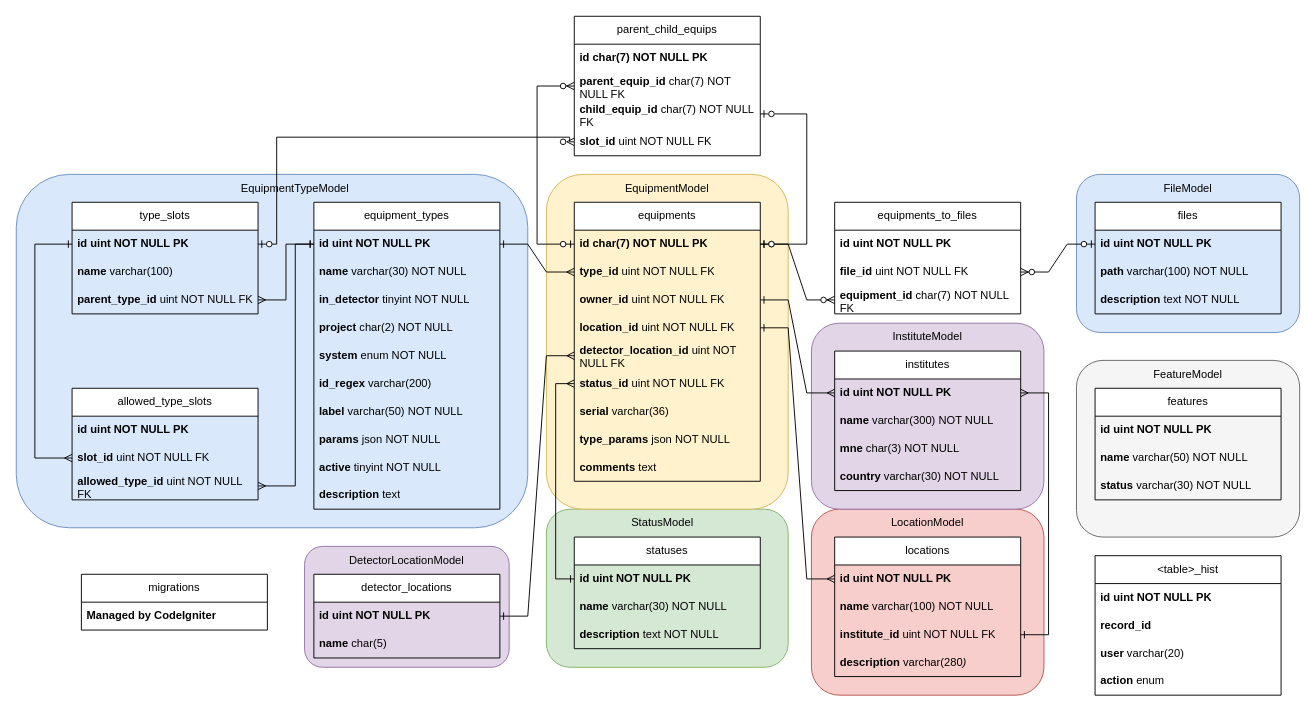
The draw.io diagram diagrams/db_erd.drawio in gustavolibotte/tilecal-db, before the edit. Source tidied: cells renumbered, new cells numbered last; positions are measured from the earlier drawing's top-left corner, leaving out a move shared by most shapes. Both pictures are drawn from the tidied source at 93%, with x=0, y=0 at pixel (16, 16).
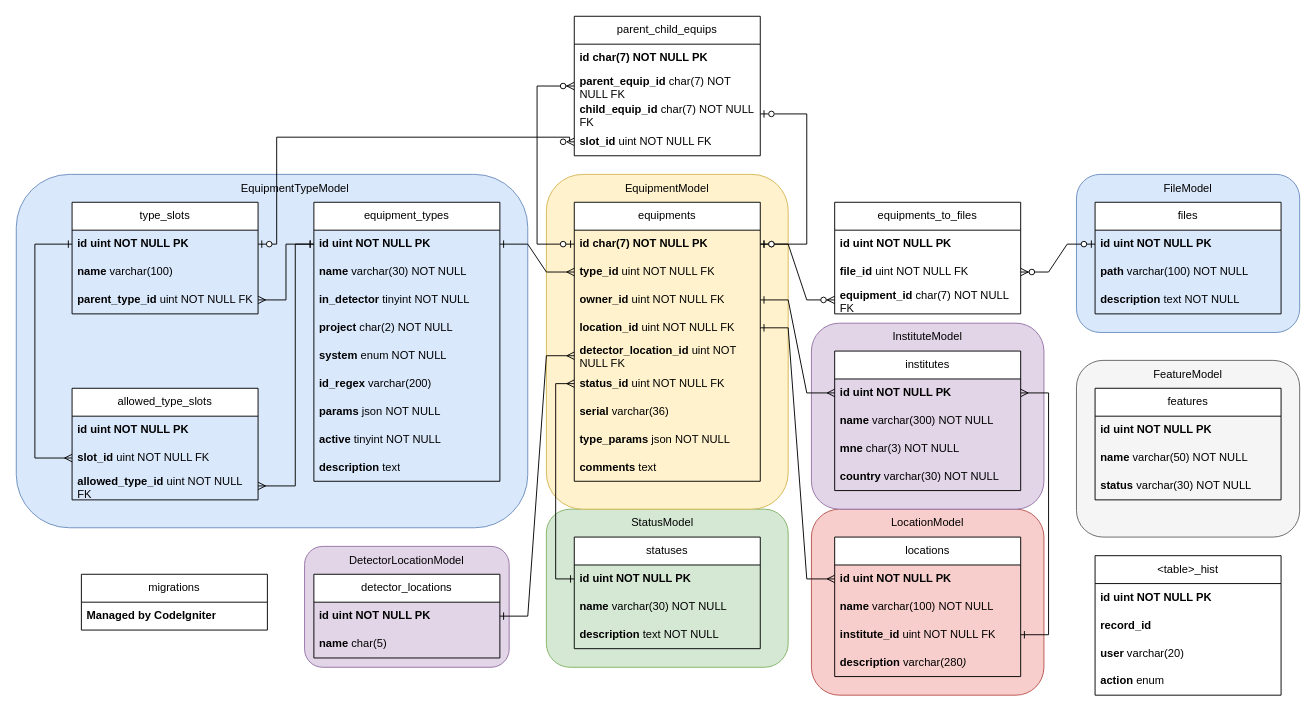
The same diagram, later.

What changed in the source:
```diff
@@
     <mxCell id="30" value="equipment_types" style="swimlane;fontStyle=0;horizontal=1;startSize=30;whiteSpace=wrap;html=1;" parent="1" vertex="1">
-      <mxGeometry x="320" y="200" width="200" height="330" as="geometry" />
+      <mxGeometry x="320" y="200" width="200" height="300" as="geometry" />
     </mxCell>
@@
-    <mxCell id="37" value="&lt;b&gt;label &lt;/b&gt;varchar(50) NOT NULL" style="text;strokeColor=none;fillColor=none;align=left;verticalAlign=middle;spacingLeft=4;spacingRight=4;overflow=hidden;whiteSpace=wrap;html=1;" parent="30" vertex="1">
-      <mxGeometry y="210" width="200" height="30" as="geometry" />
-    </mxCell>
     <mxCell id="38" value="&lt;b&gt;params&lt;/b&gt; json NOT NULL" style="text;strokeColor=none;fillColor=none;align=left;verticalAlign=middle;spacingLeft=4;spacingRight=4;overflow=hidden;whiteSpace=wrap;html=1;" parent="30" vertex="1">
-      <mxGeometry y="240" width="200" height="30" as="geometry" />
+      <mxGeometry y="210" width="200" height="30" as="geometry" />
     </mxCell>
     <mxCell id="39" value="&lt;b&gt;active &lt;/b&gt;tinyint NOT NULL" style="text;strokeColor=none;fillColor=none;align=left;verticalAlign=middle;spacingLeft=4;spacingRight=4;overflow=hidden;whiteSpace=wrap;html=1;" parent="30" vertex="1">
-      <mxGeometry y="270" width="200" height="30" as="geometry" />
+      <mxGeometry y="240" width="200" height="30" as="geometry" />
     </mxCell>
     <mxCell id="40" value="&lt;b&gt;description &lt;/b&gt;text" style="text;strokeColor=none;fillColor=none;align=left;verticalAlign=middle;spacingLeft=4;spacingRight=4;overflow=hidden;whiteSpace=wrap;html=1;" parent="30" vertex="1">
-      <mxGeometry y="300" width="200" height="30" as="geometry" />
+      <mxGeometry y="270" width="200" height="30" as="geometry" />
     </mxCell>
```
